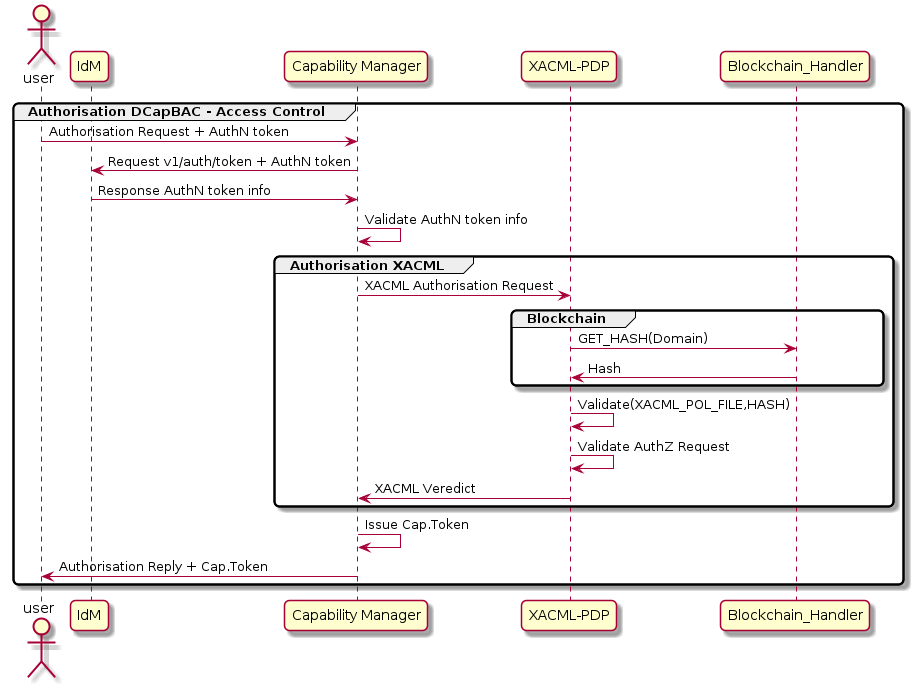
The PlantUML diagram docs/source/authorization-enabler/CapabilityManager/InteractionDiagram-CapabilityManager.png in IoTCrawler/Framework, before a commit.
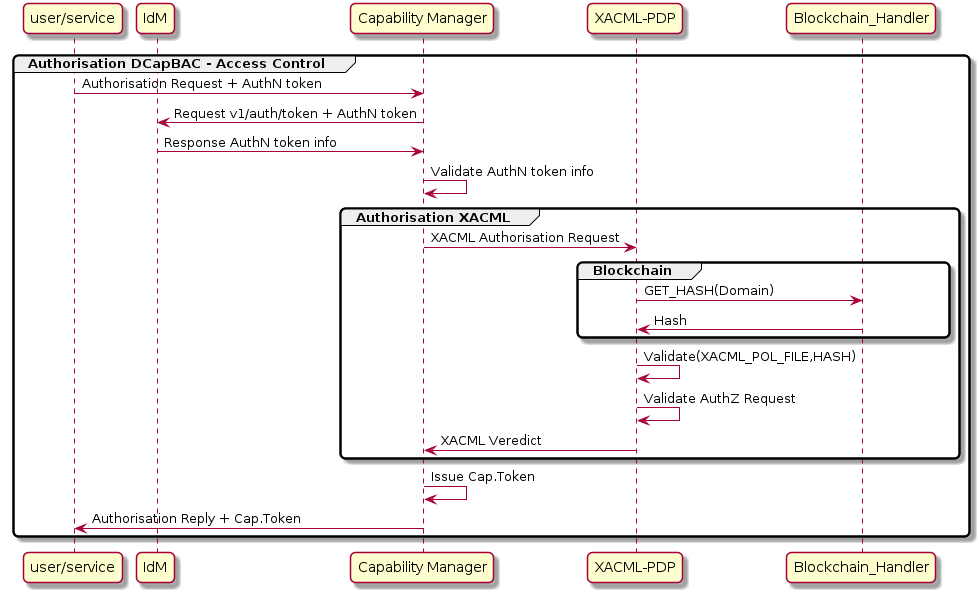
After the change.

Commit message:
Second commit of Capability Manager Framework.

The edit, as a diff of the source:
```diff
@@ -4,7 +4,7 @@
 skinparam shadowing true
 skinparam roundcorner 10
 
-actor "user"
+participant "user/service"
 
 participant "IdM"
 participant "Capability Manager"
@@ -12,7 +12,7 @@
 participant "Blockchain_Handler"
 
 group Authorisation DCapBAC - Access Control
-    "user" -> "Capability Manager" : Authorisation Request + AuthN token
+    "user/service" -> "Capability Manager" : Authorisation Request + AuthN token
     "IdM" <- "Capability Manager" : Request v1/auth/token + AuthN token
     "IdM" -> "Capability Manager" : Response AuthN token info
     "Capability Manager" -> "Capability Manager" : Validate AuthN token info
@@ -30,7 +30,7 @@
 
     "Capability Manager" -> "Capability Manager" : Issue Cap.Token
 
-    "user" <- "Capability Manager" : Authorisation Reply + Cap.Token
+    "user/service" <- "Capability Manager" : Authorisation Reply + Cap.Token
 end
 
 @enduml
```
